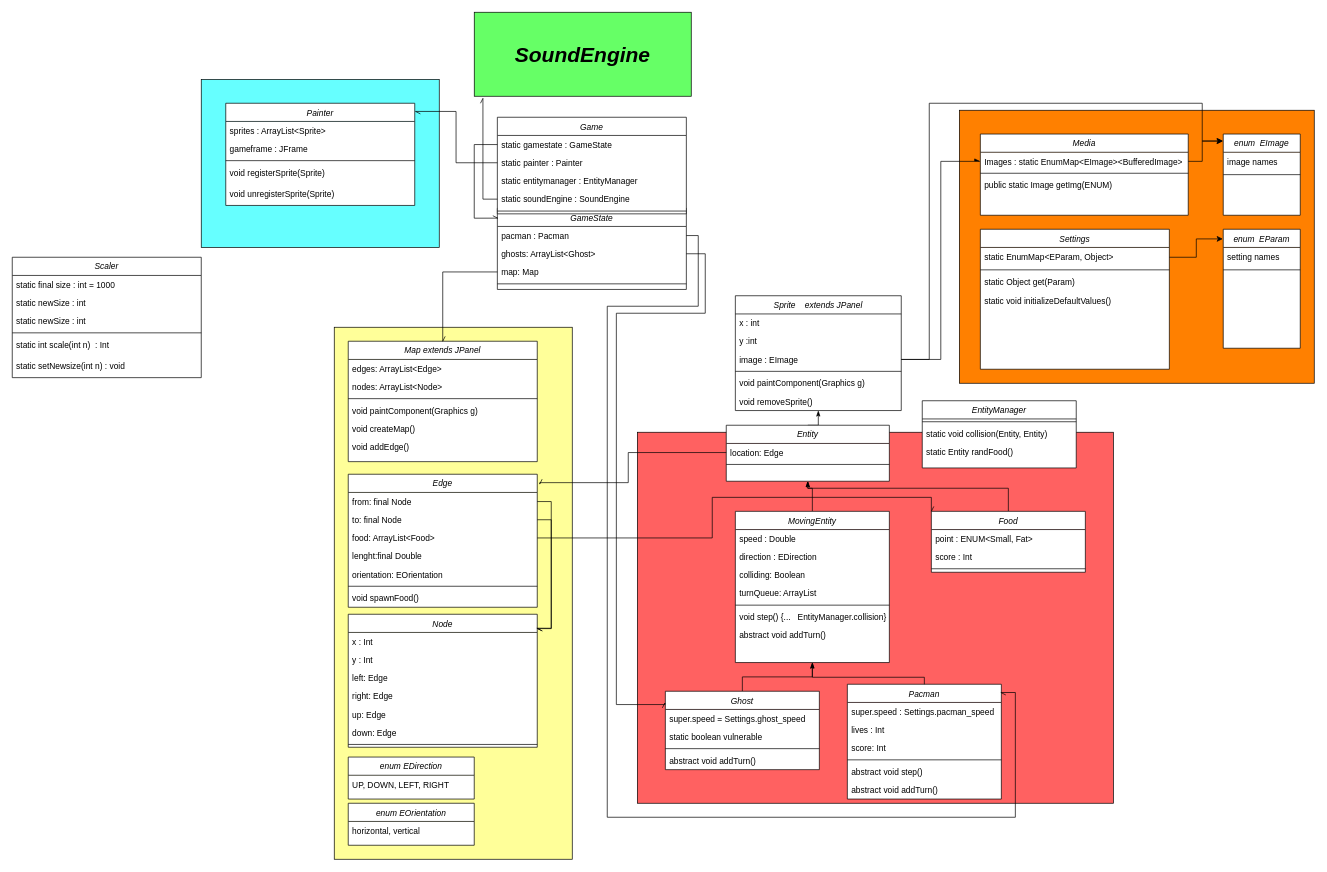
cerfedino/SwingPacman keeps this draw.io diagram as ClassDiagram.drawio. Above is the earlier version. Source tidied: cells renumbered, new cells numbered last; positions are measured from the earlier drawing's top-left corner, leaving out a move shared by most shapes. Both pictures are drawn from the tidied source at 70%, with x=0, y=0 at pixel (12, 12).
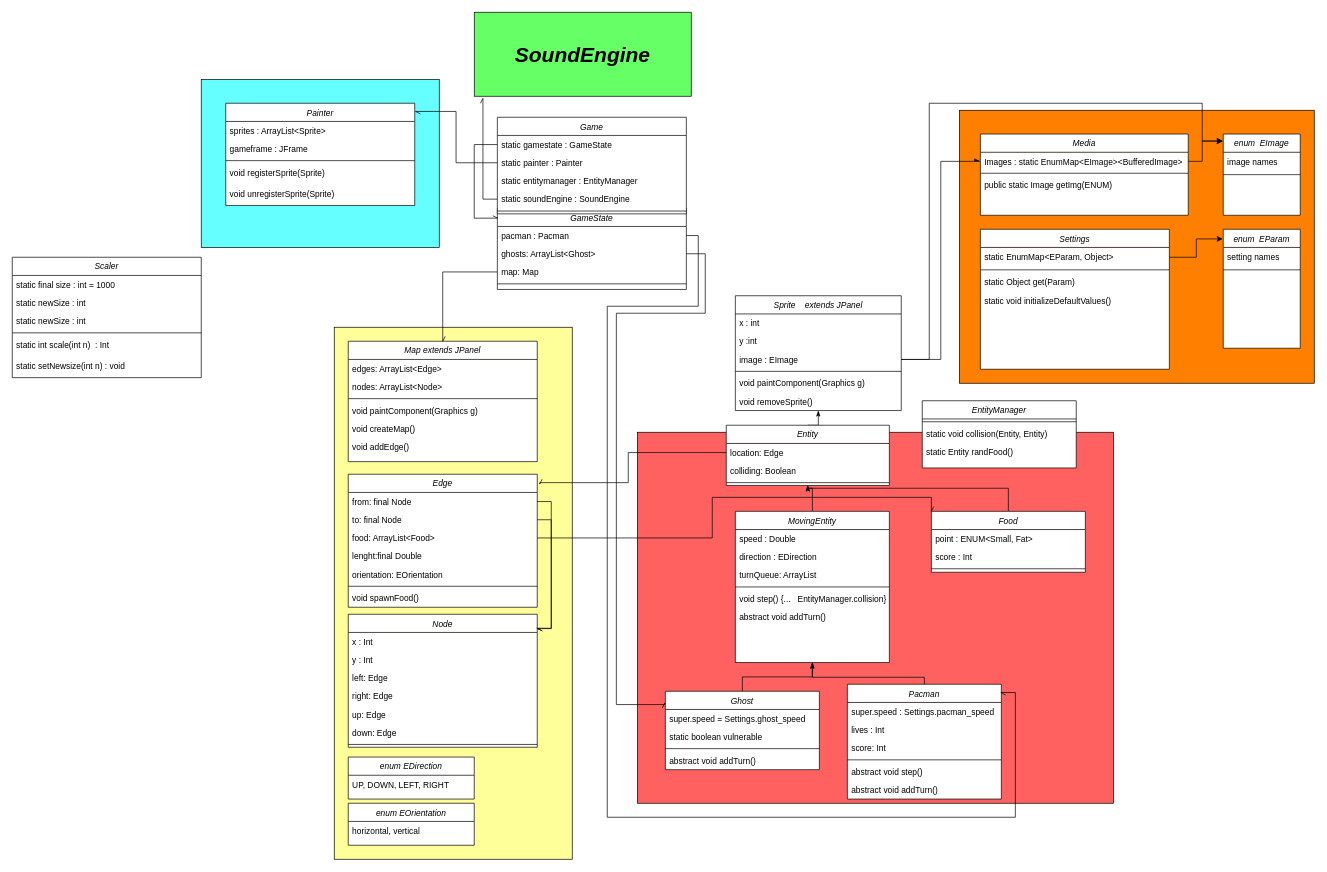
The same page after the edit.

The change refers to these unchanged cells:
```xml
<mxCell id="18" value="MovingEntity" style="swimlane;fontStyle=2;align=center;verticalAlign=top;horizontal=1;startSize=26;rounded=0;shadow=0;strokeWidth=1;fillColor=#FFFFFF;swimlaneFillColor=#ffffff;" parent="1" vertex="1">
  <mxGeometry x="1033" y="713" width="220" height="216" as="geometry" />
</mxCell>
```

Change to the diagram source:
```diff
@@
-    <mxCell id="21" value="colliding: Boolean" style="text;align=left;verticalAlign=top;spacingLeft=4;spacingRight=4;overflow=hidden;" parent="18" vertex="1">
-      <mxGeometry y="78" width="220" height="26" as="geometry" />
-    </mxCell>
     <mxCell id="22" value="turnQueue: ArrayList" style="text;align=left;verticalAlign=top;spacingLeft=4;spacingRight=4;overflow=hidden;" parent="18" vertex="1">
-      <mxGeometry y="104" width="220" height="26" as="geometry" />
+      <mxGeometry y="78" width="220" height="26" as="geometry" />
     </mxCell>
     <mxCell id="23" style="line;html=1;strokeWidth=1;align=left;verticalAlign=middle;spacingTop=-1;spacingLeft=3;spacingRight=3;labelPosition=right;" parent="18" vertex="1">
-      <mxGeometry y="130" width="220" height="8" as="geometry" />
+      <mxGeometry y="104" width="220" height="8" as="geometry" />
     </mxCell>
     <mxCell id="24" value="void step() {...   EntityManager.collision}" style="text;align=left;verticalAlign=top;spacingLeft=4;spacingRight=4;overflow=hidden;rounded=0;shadow=0;html=0;" parent="18" vertex="1">
-      <mxGeometry y="138" width="220" height="26" as="geometry" />
+      <mxGeometry y="112" width="220" height="26" as="geometry" />
     </mxCell>
     <mxCell id="25" value="abstract void addTurn()" style="text;align=left;verticalAlign=top;spacingLeft=4;spacingRight=4;overflow=hidden;rounded=0;shadow=0;html=0;" parent="18" vertex="1">
-      <mxGeometry y="164" width="220" height="26" as="geometry" />
+      <mxGeometry y="138" width="220" height="26" as="geometry" />
     </mxCell>
@@
     <mxCell id="45" value="Entity&#10;" style="swimlane;fontStyle=2;align=center;verticalAlign=top;horizontal=1;startSize=26;rounded=0;shadow=0;strokeWidth=1;swimlaneFillColor=#ffffff;" parent="1" vertex="1">
-      <mxGeometry x="1020" y="590" width="233" height="80" as="geometry" />
+      <mxGeometry x="1020" y="590" width="233" height="86" as="geometry" />
     </mxCell>
@@
+    <mxCell id="21" value="colliding: Boolean" style="text;align=left;verticalAlign=top;spacingLeft=4;spacingRight=4;overflow=hidden;" parent="45" vertex="1">
+      <mxGeometry y="52" width="233" height="26" as="geometry" />
+    </mxCell>
     <mxCell id="47" style="line;html=1;strokeWidth=1;align=left;verticalAlign=middle;spacingTop=-1;spacingLeft=3;spacingRight=3;labelPosition=right;" parent="45" vertex="1">
-      <mxGeometry y="52" width="233" height="8" as="geometry" />
+      <mxGeometry y="78" width="233" height="8" as="geometry" />
     </mxCell>
```
